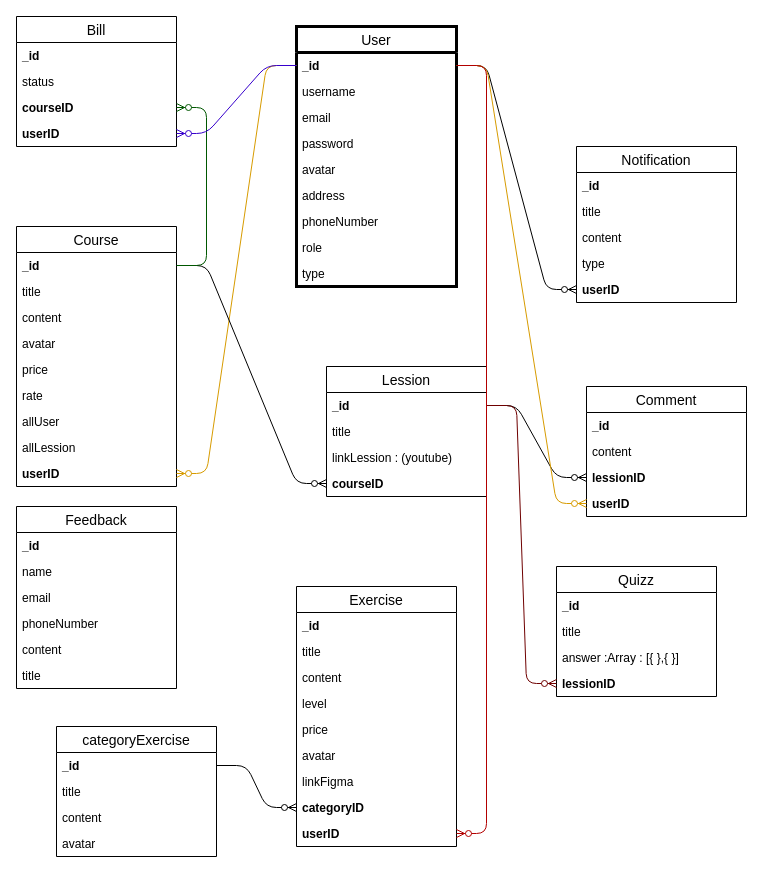
The draw.io diagram database.diagrams.drawio in buitheanh2802/Education_Backend, before the edit. Source tidied: cells renumbered, new cells numbered last; positions are measured from the earlier drawing's top-left corner, leaving out a move shared by most shapes. Both pictures are drawn from the tidied source at 100%, with x=0, y=0 at pixel (16, 16).
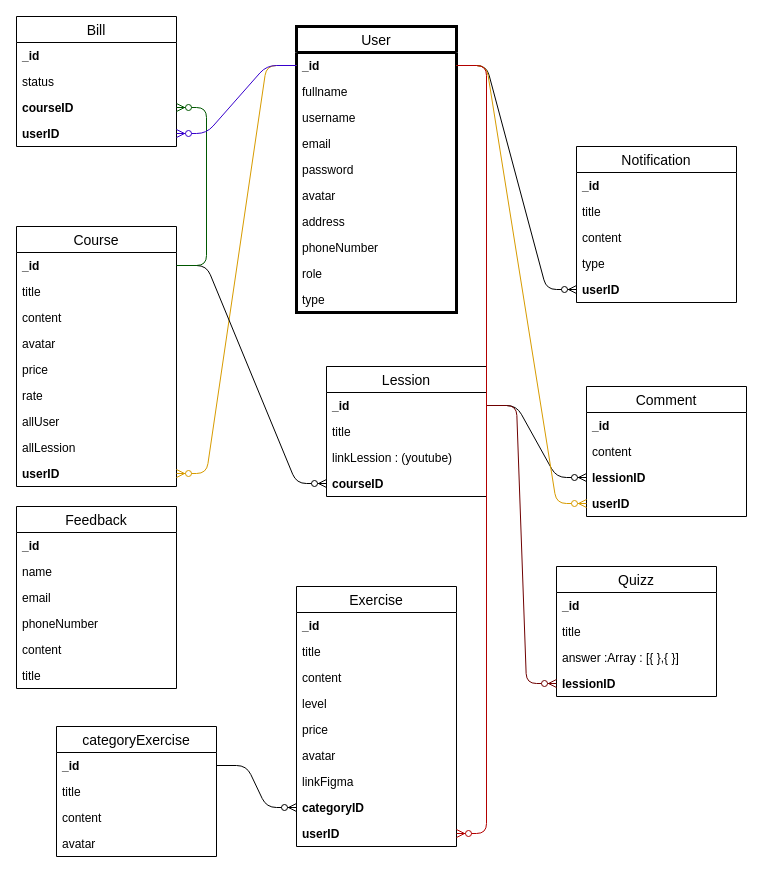
The same diagram, later.

What changed in the source:
```diff
@@
     <mxCell id="2" value="User" style="swimlane;fontStyle=0;horizontal=1;startSize=26;fontSize=14;strokeWidth=3;" parent="1" vertex="1">
-      <mxGeometry x="280" y="10" width="160" height="260" as="geometry" />
+      <mxGeometry x="280" y="10" width="160" height="286" as="geometry" />
     </mxCell>
@@
+    <mxCell id="80" value="fullname" style="text;strokeColor=none;fillColor=none;align=left;verticalAlign=top;spacingLeft=4;spacingRight=4;overflow=hidden;" parent="2" vertex="1">
+      <mxGeometry y="52" width="160" height="26" as="geometry" />
+    </mxCell>
     <mxCell id="4" value="username" style="text;strokeColor=none;fillColor=none;align=left;verticalAlign=top;spacingLeft=4;spacingRight=4;overflow=hidden;" parent="2" vertex="1">
-      <mxGeometry y="52" width="160" height="26" as="geometry" />
+      <mxGeometry y="78" width="160" height="26" as="geometry" />
     </mxCell>
     <mxCell id="5" value="email&#10;&#10;&#10;" style="text;strokeColor=none;fillColor=none;align=left;verticalAlign=top;spacingLeft=4;spacingRight=4;overflow=hidden;" parent="2" vertex="1">
-      <mxGeometry y="78" width="160" height="26" as="geometry" />
+      <mxGeometry y="104" width="160" height="26" as="geometry" />
     </mxCell>
     <mxCell id="6" value="password" style="text;strokeColor=none;fillColor=none;align=left;verticalAlign=top;spacingLeft=4;spacingRight=4;overflow=hidden;" parent="2" vertex="1">
-      <mxGeometry y="104" width="160" height="26" as="geometry" />
+      <mxGeometry y="130" width="160" height="26" as="geometry" />
     </mxCell>
     <mxCell id="7" value="avatar" style="text;strokeColor=none;fillColor=none;align=left;verticalAlign=top;spacingLeft=4;spacingRight=4;overflow=hidden;" parent="2" vertex="1">
-      <mxGeometry y="130" width="160" height="26" as="geometry" />
+      <mxGeometry y="156" width="160" height="26" as="geometry" />
     </mxCell>
     <mxCell id="8" value="address" style="text;strokeColor=none;fillColor=none;align=left;verticalAlign=top;spacingLeft=4;spacingRight=4;overflow=hidden;" parent="2" vertex="1">
-      <mxGeometry y="156" width="160" height="26" as="geometry" />
+      <mxGeometry y="182" width="160" height="26" as="geometry" />
     </mxCell>
     <mxCell id="9" value="phoneNumber" style="text;strokeColor=none;fillColor=none;align=left;verticalAlign=top;spacingLeft=4;spacingRight=4;overflow=hidden;" parent="2" vertex="1">
-      <mxGeometry y="182" width="160" height="26" as="geometry" />
+      <mxGeometry y="208" width="160" height="26" as="geometry" />
     </mxCell>
     <mxCell id="10" value="role" style="text;strokeColor=none;fillColor=none;align=left;verticalAlign=top;spacingLeft=4;spacingRight=4;overflow=hidden;" parent="2" vertex="1">
-      <mxGeometry y="208" width="160" height="26" as="geometry" />
+      <mxGeometry y="234" width="160" height="26" as="geometry" />
     </mxCell>
     <mxCell id="11" value="type" style="text;strokeColor=none;fillColor=none;align=left;verticalAlign=top;spacingLeft=4;spacingRight=4;overflow=hidden;" parent="2" vertex="1">
-      <mxGeometry y="234" width="160" height="26" as="geometry" />
+      <mxGeometry y="260" width="160" height="26" as="geometry" />
     </mxCell>
```
